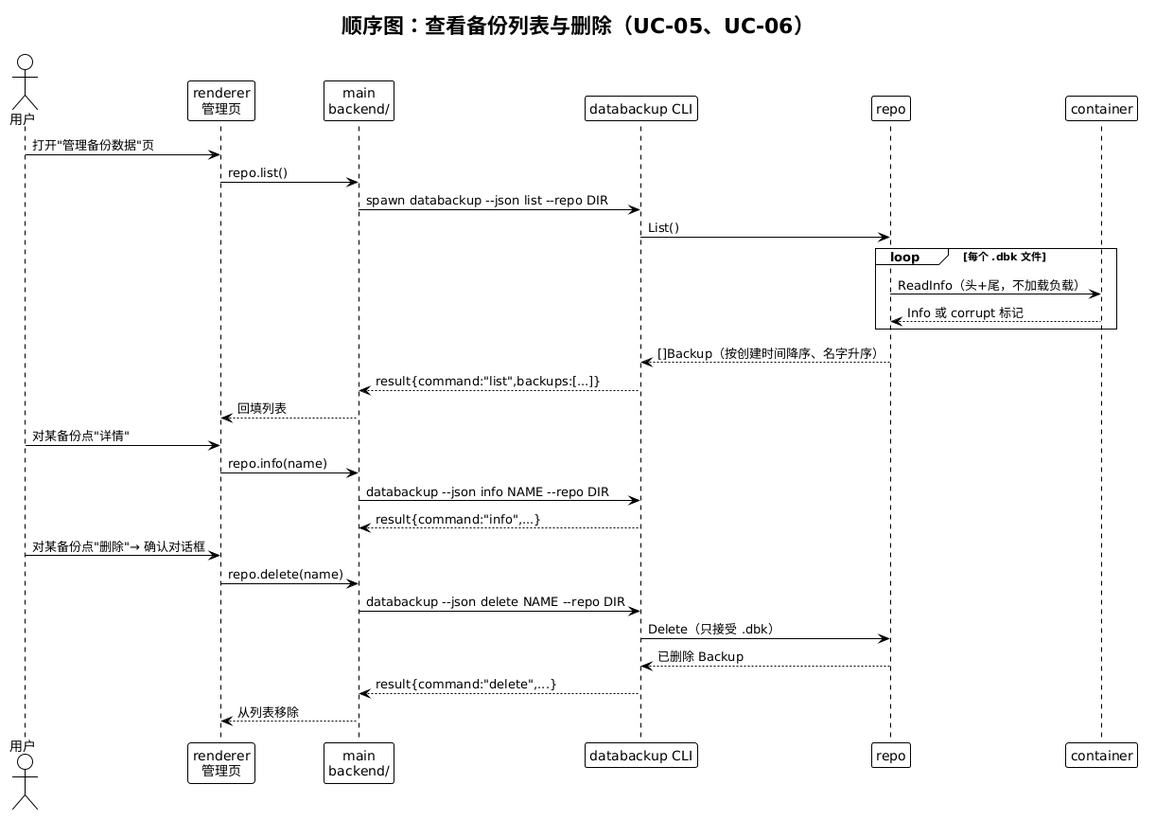
Piaoxuemoli/software-class-qoobeewang keeps this PlantUML diagram as docs/deliverables/diagrams/seq-list-delete.png. Above is the earlier version.
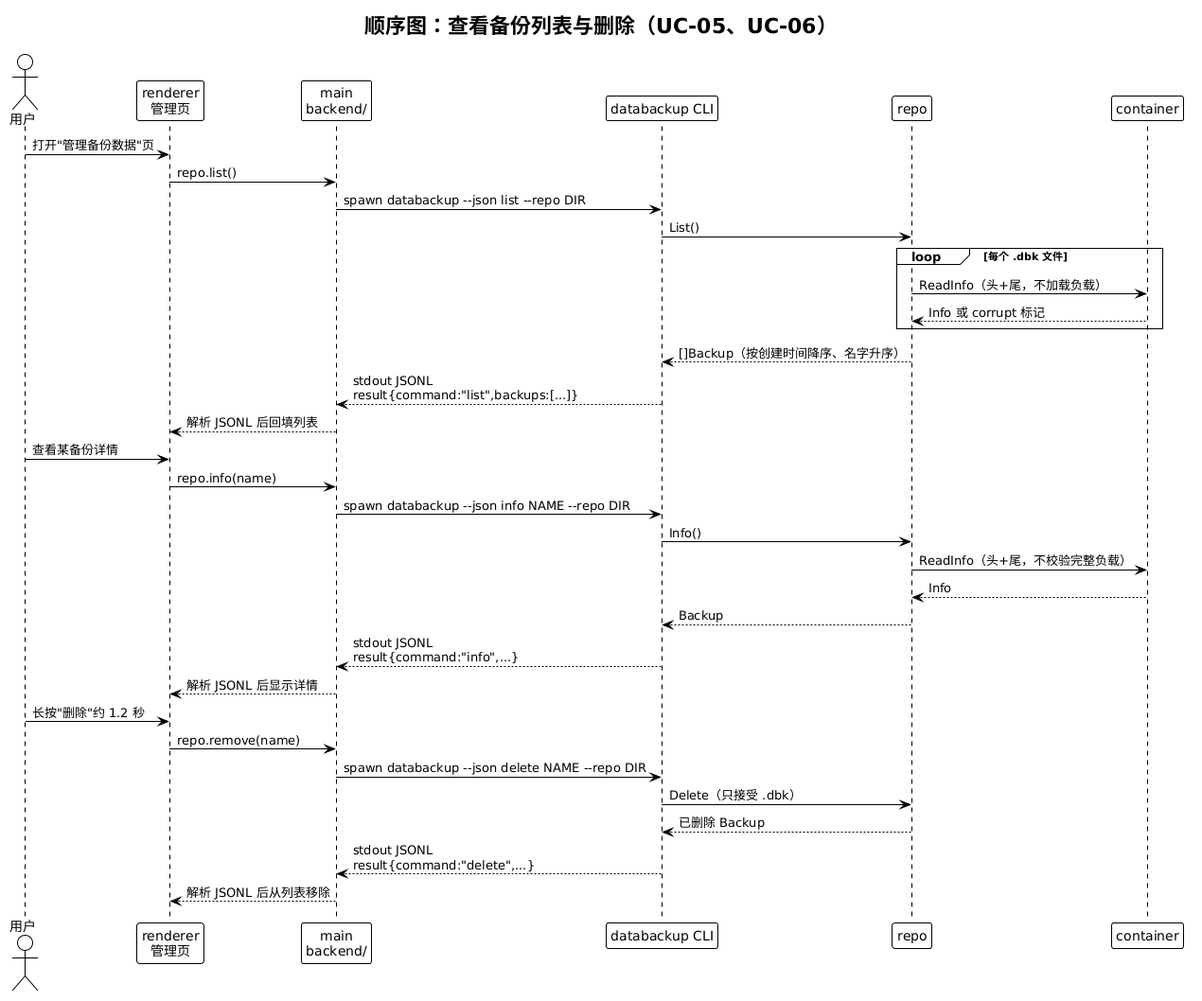
The same file after the commit.

Change to the diagram source:
```diff
@@ -18,19 +18,24 @@
   CT --> RE : Info 或 corrupt 标记
 end
 RE --> C : []Backup（按创建时间降序、名字升序）
-C --> M : result{command:"list",backups:[...]}
-M --> R : 回填列表
+C --> M : stdout JSONL\nresult{command:"list",backups:[...]}
+M --> R : 解析 JSONL 后回填列表
 
-U -> R : 对某备份点"详情"
+U -> R : 查看某备份详情
 R -> M : repo.info(name)
-M -> C : databackup ~--json info NAME ~--repo DIR
-C --> M : result{command:"info",...}
+M -> C : spawn databackup ~--json info NAME ~--repo DIR
+C -> RE : Info()
+RE -> CT : ReadInfo（头+尾，不校验完整负载）
+CT --> RE : Info
+RE --> C : Backup
+C --> M : stdout JSONL\nresult{command:"info",...}
+M --> R : 解析 JSONL 后显示详情
 
-U -> R : 对某备份点"删除"→ 确认对话框
-R -> M : repo.delete(name)
-M -> C : databackup ~--json delete NAME ~--repo DIR
+U -> R : 长按"删除"约 1.2 秒
+R -> M : repo.remove(name)
+M -> C : spawn databackup ~--json delete NAME ~--repo DIR
 C -> RE : Delete（只接受 .dbk）
 RE --> C : 已删除 Backup
-C --> M : result{command:"delete",...}
-M --> R : 从列表移除
+C --> M : stdout JSONL\nresult{command:"delete",...}
+M --> R : 解析 JSONL 后从列表移除
 @enduml
```
